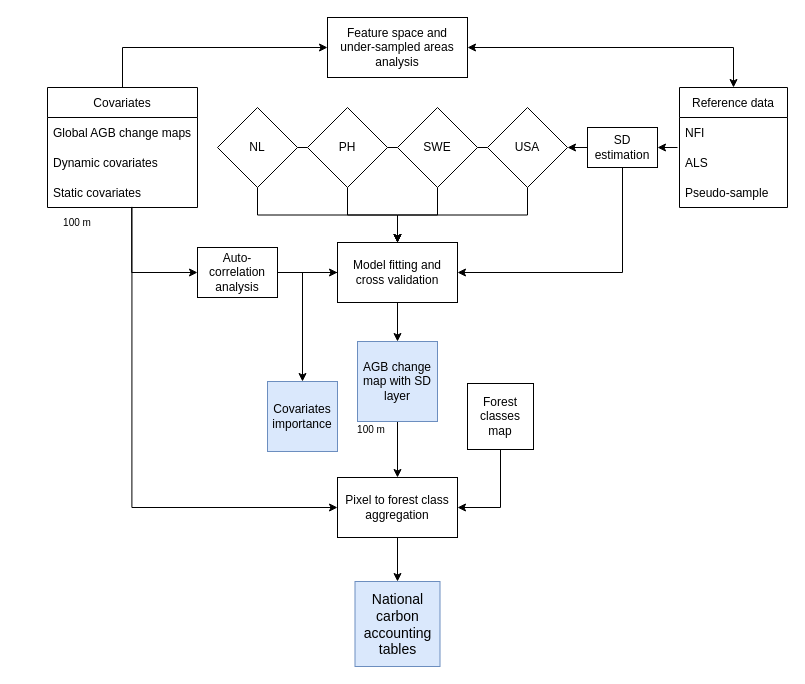
arnanaraza/diagrams keeps this draw.io diagram as Paper3.drawio. Above is the earlier version. Source tidied: cells renumbered, new cells numbered last; positions are measured from the earlier drawing's top-left corner, leaving out a move shared by most shapes. Both pictures are drawn from the tidied source at 100%, with x=0, y=0 at pixel (47, 17).
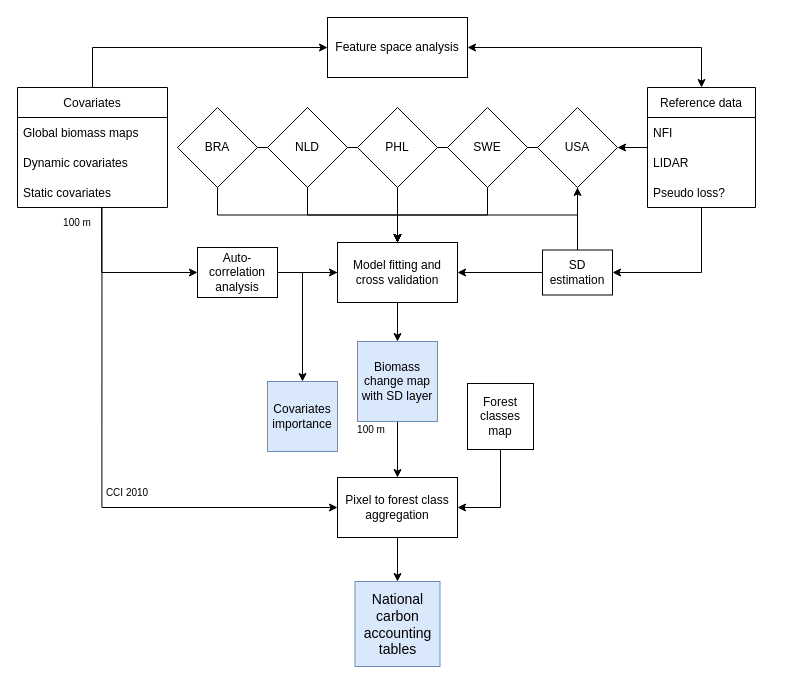
The same diagram, later.

Unchanged cells that the change refers to:
```xml
<mxCell id="4" value="Model fitting and cross validation" style="rounded=0;whiteSpace=wrap;html=1;" parent="1" vertex="1">
  <mxGeometry x="290" y="225" width="120" height="60" as="geometry" />
</mxCell>
```

What changed in the source:
```diff
@@
+    <mxCell id="6" style="edgeStyle=orthogonalEdgeStyle;rounded=0;jettySize=auto;html=1;exitX=0;exitY=0.5;exitDx=0;exitDy=0;entryX=1;entryY=0.5;entryDx=0;entryDy=0;endArrow=classic;endFill=1;" parent="1" edge="1" source="7" target="4">
+      <mxGeometry relative="1" as="geometry" />
+    </mxCell>
-    <mxCell id="5" style="edgeStyle=orthogonalEdgeStyle;rounded=0;jettySize=auto;html=1;exitX=0;exitY=0.5;exitDx=0;exitDy=0;entryX=1;entryY=0.5;entryDx=0;entryDy=0;fontSize=10;" parent="1" edge="1" source="7" target="30">
+    <mxCell id="5" style="edgeStyle=orthogonalEdgeStyle;rounded=0;jettySize=auto;html=1;exitX=0.5;exitY=0;exitDx=0;exitDy=0;entryX=0.5;entryY=1;entryDx=0;entryDy=0;endArrow=classic;endFill=1;" parent="1" edge="1" source="7" target="30">
       <mxGeometry relative="1" as="geometry" />
     </mxCell>
-    <mxCell id="6" style="edgeStyle=orthogonalEdgeStyle;rounded=0;jettySize=auto;html=1;exitX=0.5;exitY=1;exitDx=0;exitDy=0;entryX=1;entryY=0.5;entryDx=0;entryDy=0;" parent="1" edge="1" source="7" target="4">
-      <mxGeometry relative="1" as="geometry" />
-    </mxCell>
     <mxCell id="7" value="SD estimation" style="rounded=0;whiteSpace=wrap;html=1;" parent="1" vertex="1">
-      <mxGeometry x="540" y="110" width="70" height="40" as="geometry" />
+      <mxGeometry x="495" y="232.5" width="70" height="45" as="geometry" />
     </mxCell>
@@
     <mxCell id="10" value="Covariates" style="swimlane;fontStyle=0;horizontal=1;startSize=30;" parent="1" vertex="1">
-      <mxGeometry y="70" width="150" height="120" as="geometry" />
+      <mxGeometry x="-30" y="70" width="150" height="120" as="geometry" />
     </mxCell>
-    <mxCell id="11" value="Global AGB change maps" style="text;strokeColor=none;fillColor=none;align=left;verticalAlign=middle;spacingLeft=4;spacingRight=4;overflow=hidden;" parent="10" vertex="1">
+    <mxCell id="11" value="Global biomass maps" style="text;strokeColor=none;fillColor=none;align=left;verticalAlign=middle;spacingLeft=4;spacingRight=4;overflow=hidden;" parent="10" vertex="1">
       <mxGeometry y="30" width="150" height="30" as="geometry" />
     </mxCell>
@@
-    <mxCell id="14" style="edgeStyle=orthogonalEdgeStyle;rounded=0;jettySize=auto;html=1;entryX=1;entryY=0.5;entryDx=0;entryDy=0;fontSize=10;" parent="1" edge="1" target="7">
-      <mxGeometry relative="1" as="geometry">
-        <mxPoint x="630" y="130" as="sourcePoint" />
-      </mxGeometry>
-    </mxCell>
@@
+    <mxCell id="46" style="edgeStyle=orthogonalEdgeStyle;rounded=0;jettySize=auto;html=1;exitX=0.5;exitY=1;exitDx=0;exitDy=0;entryX=1;entryY=0.5;entryDx=0;entryDy=0;endArrow=classic;endFill=1;" parent="1" edge="1" source="16" target="7">
+      <mxGeometry relative="1" as="geometry" />
+    </mxCell>
+    <mxCell id="47" style="edgeStyle=orthogonalEdgeStyle;rounded=0;jettySize=auto;html=1;exitX=0;exitY=0.5;exitDx=0;exitDy=0;entryX=1;entryY=0.5;entryDx=0;entryDy=0;endArrow=classic;endFill=1;" parent="1" edge="1" source="16" target="30">
+      <mxGeometry relative="1" as="geometry" />
+    </mxCell>
     <mxCell id="16" value="Reference data" style="swimlane;fontStyle=0;horizontal=1;startSize=30;" parent="1" vertex="1">
-      <mxGeometry x="632" y="70" width="108" height="120" as="geometry" />
+      <mxGeometry x="600" y="70" width="108" height="120" as="geometry" />
     </mxCell>
@@
-    <mxCell id="18" value="ALS" style="text;strokeColor=none;fillColor=none;align=left;verticalAlign=middle;spacingLeft=4;spacingRight=4;overflow=hidden;" parent="16" vertex="1">
+    <mxCell id="18" value="LIDAR" style="text;strokeColor=none;fillColor=none;align=left;verticalAlign=middle;spacingLeft=4;spacingRight=4;overflow=hidden;" parent="16" vertex="1">
       <mxGeometry y="60" width="108" height="30" as="geometry" />
     </mxCell>
-    <mxCell id="19" value="Pseudo-sample" style="text;strokeColor=none;fillColor=none;align=left;verticalAlign=middle;spacingLeft=4;spacingRight=4;overflow=hidden;" parent="16" vertex="1">
+    <mxCell id="19" value="Pseudo loss?" style="text;strokeColor=none;fillColor=none;align=left;verticalAlign=middle;spacingLeft=4;spacingRight=4;overflow=hidden;" parent="16" vertex="1">
       <mxGeometry y="90" width="108" height="30" as="geometry" />
     </mxCell>
@@
-    <mxCell id="22" value="NL" style="rhombus;whiteSpace=wrap;html=1;" parent="1" vertex="1">
-      <mxGeometry x="170" y="90" width="80" height="80" as="geometry" />
+    <mxCell id="22" value="NLD" style="rhombus;whiteSpace=wrap;html=1;" parent="1" vertex="1">
+      <mxGeometry x="220" y="90" width="80" height="80" as="geometry" />
     </mxCell>
@@
-    <mxCell id="25" value="PH" style="rhombus;whiteSpace=wrap;html=1;" parent="1" vertex="1">
-      <mxGeometry x="260" y="90" width="80" height="80" as="geometry" />
+    <mxCell id="25" value="PHL" style="rhombus;whiteSpace=wrap;html=1;" parent="1" vertex="1">
+      <mxGeometry x="310" y="90" width="80" height="80" as="geometry" />
     </mxCell>
@@
     <mxCell id="28" value="SWE" style="rhombus;whiteSpace=wrap;html=1;" parent="1" vertex="1">
-      <mxGeometry x="350" y="90" width="80" height="80" as="geometry" />
+      <mxGeometry x="400" y="90" width="80" height="80" as="geometry" />
     </mxCell>
@@
     <mxCell id="30" value="USA" style="rhombus;whiteSpace=wrap;html=1;" parent="1" vertex="1">
-      <mxGeometry x="440" y="90" width="80" height="80" as="geometry" />
+      <mxGeometry x="490" y="90" width="80" height="80" as="geometry" />
     </mxCell>
@@
-    <mxCell id="34" value="&lt;span style=&quot;font-size: 12px;&quot;&gt;AGB change map with SD layer&lt;/span&gt;" style="whiteSpace=wrap;html=1;fontSize=10;fillColor=#dae8fc;strokeColor=#6c8ebf;" parent="1" vertex="1">
+    <mxCell id="34" value="&lt;span style=&quot;font-size: 12px;&quot;&gt;Biomass change map with SD layer&lt;/span&gt;" style="whiteSpace=wrap;html=1;fontSize=10;fillColor=#dae8fc;strokeColor=#6c8ebf;" parent="1" vertex="1">
       <mxGeometry x="310" y="324" width="80" height="80" as="geometry" />
     </mxCell>
@@
-    <mxCell id="45" value="Feature space and under-sampled areas analysis" style="rounded=0;whiteSpace=wrap;html=1;" parent="1" vertex="1">
+    <mxCell id="45" value="Feature space analysis" style="rounded=0;whiteSpace=wrap;html=1;" parent="1" vertex="1">
       <mxGeometry x="280" width="140" height="60" as="geometry" />
     </mxCell>
+    <mxCell id="48" style="edgeStyle=orthogonalEdgeStyle;rounded=0;jettySize=auto;html=1;exitX=1;exitY=0.5;exitDx=0;exitDy=0;entryX=0;entryY=0.5;entryDx=0;entryDy=0;endArrow=none;endFill=0;" parent="1" edge="1" source="50" target="22">
+      <mxGeometry relative="1" as="geometry" />
+    </mxCell>
+    <mxCell id="49" style="edgeStyle=orthogonalEdgeStyle;rounded=0;jettySize=auto;html=1;exitX=0.5;exitY=1;exitDx=0;exitDy=0;entryX=0.5;entryY=0;entryDx=0;entryDy=0;endArrow=classic;endFill=1;" parent="1" edge="1" source="50" target="4">
+      <mxGeometry relative="1" as="geometry" />
+    </mxCell>
+    <mxCell id="50" value="BRA" style="rhombus;whiteSpace=wrap;html=1;" parent="1" vertex="1">
+      <mxGeometry x="130" y="90" width="80" height="80" as="geometry" />
+    </mxCell>
+    <mxCell id="51" value="&lt;font style=&quot;font-size: 10px;&quot;&gt;CCI 2010&lt;/font&gt;" style="text;html=1;strokeColor=none;fillColor=none;align=center;verticalAlign=middle;whiteSpace=wrap;rounded=0;" parent="1" vertex="1">
+      <mxGeometry x="50" y="460" width="60" height="30" as="geometry" />
+    </mxCell>
```
